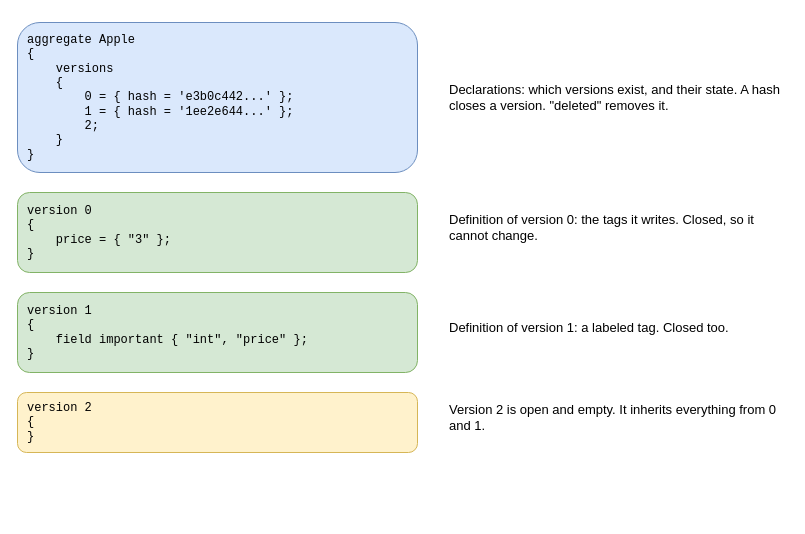
Above: drawio/07_gal_file_anatomy.drawio in goloveshin/galimatron_doc (draw.io), before the change. Source tidied: cells renumbered, new cells numbered last; positions are measured from the earlier drawing's top-left corner, leaving out a move shared by most shapes. Both pictures are drawn from the tidied source at 100%, with x=0, y=0 at pixel (17, 22).
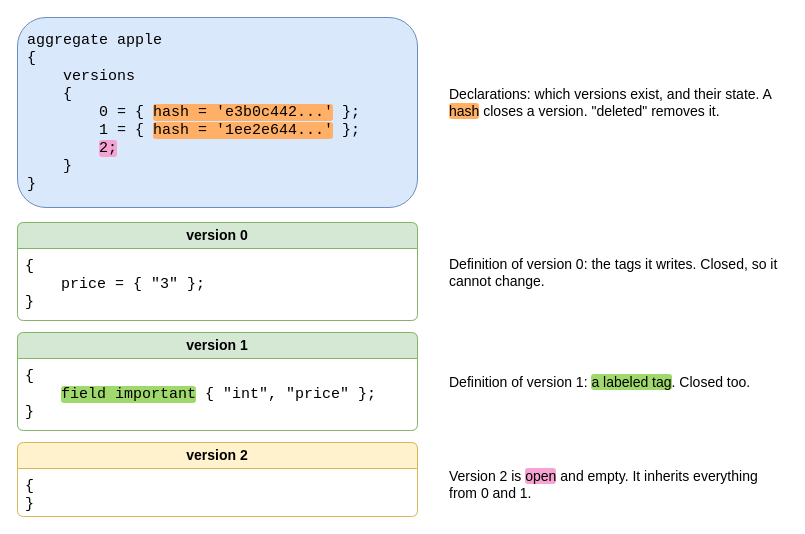
Above is the later version.

Diff of the diagram source:
```diff
@@
 <mxGraphModel>
   <root>
     <mxCell id="0" />
     <mxCell id="1" parent="0" />
-    <mxCell id="2" value="aggregate Apple&lt;br&gt;{&lt;br&gt;&amp;nbsp;&amp;nbsp;&amp;nbsp;&amp;nbsp;versions&lt;br&gt;&amp;nbsp;&amp;nbsp;&amp;nbsp;&amp;nbsp;{&lt;br&gt;&amp;nbsp;&amp;nbsp;&amp;nbsp;&amp;nbsp;&amp;nbsp;&amp;nbsp;&amp;nbsp;&amp;nbsp;0 = { hash = 'e3b0c442...' };&lt;br&gt;&amp;nbsp;&amp;nbsp;&amp;nbsp;&amp;nbsp;&amp;nbsp;&amp;nbsp;&amp;nbsp;&amp;nbsp;1 = { hash = '1ee2e644...' };&lt;br&gt;&amp;nbsp;&amp;nbsp;&amp;nbsp;&amp;nbsp;&amp;nbsp;&amp;nbsp;&amp;nbsp;&amp;nbsp;2;&lt;br&gt;&amp;nbsp;&amp;nbsp;&amp;nbsp;&amp;nbsp;}&lt;br&gt;}" style="rounded=1;whiteSpace=wrap;html=1;fillColor=#dae8fc;strokeColor=#6c8ebf;fontFamily=Courier New;fontSize=12;align=left;spacingLeft=8;spacingRight=8;" parent="1" vertex="1">
-      <mxGeometry width="400" height="150" as="geometry" />
+    <mxCell id="2" value="aggregate apple&lt;br&gt;{&lt;br&gt;&amp;nbsp;&amp;nbsp;&amp;nbsp;&amp;nbsp;versions&lt;br&gt;&amp;nbsp;&amp;nbsp;&amp;nbsp;&amp;nbsp;{&lt;br&gt;&amp;nbsp;&amp;nbsp;&amp;nbsp;&amp;nbsp;&amp;nbsp;&amp;nbsp;&amp;nbsp;&amp;nbsp;0 = { &lt;span style=&quot;background-color:#ffb066;border-radius:3px;&quot;&gt;hash = 'e3b0c442...'&lt;/span&gt; };&lt;br&gt;&amp;nbsp;&amp;nbsp;&amp;nbsp;&amp;nbsp;&amp;nbsp;&amp;nbsp;&amp;nbsp;&amp;nbsp;1 = { &lt;span style=&quot;background-color:#ffb066;border-radius:3px;&quot;&gt;hash = '1ee2e644...'&lt;/span&gt; };&lt;br&gt;&amp;nbsp;&amp;nbsp;&amp;nbsp;&amp;nbsp;&amp;nbsp;&amp;nbsp;&amp;nbsp;&amp;nbsp;&lt;span style=&quot;background-color:#f5a3d2;border-radius:3px;&quot;&gt;2;&lt;/span&gt;&lt;br&gt;&amp;nbsp;&amp;nbsp;&amp;nbsp;&amp;nbsp;}&lt;br&gt;}" style="rounded=1;whiteSpace=wrap;html=1;fillColor=#dae8fc;strokeColor=#6c8ebf;fontFamily=Courier New;fontSize=15;align=left;spacingLeft=8;spacingRight=8;" parent="1" vertex="1">
+      <mxGeometry y="-5" width="400" height="190" as="geometry" />
     </mxCell>
-    <mxCell id="3" value="version 0&lt;br&gt;{&lt;br&gt;&amp;nbsp;&amp;nbsp;&amp;nbsp;&amp;nbsp;price = { &quot;3&quot; };&lt;br&gt;}" style="rounded=1;whiteSpace=wrap;html=1;fillColor=#d5e8d4;strokeColor=#82b366;fontFamily=Courier New;fontSize=12;align=left;spacingLeft=8;spacingRight=8;" parent="1" vertex="1">
-      <mxGeometry y="170" width="400" height="80" as="geometry" />
+    <mxCell id="3" value="version 0" style="swimlane;whiteSpace=wrap;html=1;rounded=1;arcSize=8;startSize=26;fillColor=#d5e8d4;strokeColor=#82b366;swimlaneFillColor=#ffffff;fontStyle=1;fontSize=14;align=center;" parent="1" vertex="1">
+      <mxGeometry y="200" width="400" height="98" as="geometry" />
     </mxCell>
+    <mxCell id="10" value="{&lt;br&gt;&amp;nbsp;&amp;nbsp;&amp;nbsp;&amp;nbsp;price = { &quot;3&quot; };&lt;br&gt;}" style="text;html=1;whiteSpace=wrap;verticalAlign=top;align=left;fontFamily=Courier New;fontSize=15;spacingLeft=6;spacingRight=4;spacingTop=3;" parent="3" vertex="1">
+      <mxGeometry y="26" width="400" height="72" as="geometry" />
+    </mxCell>
-    <mxCell id="4" value="version 1&lt;br&gt;{&lt;br&gt;&amp;nbsp;&amp;nbsp;&amp;nbsp;&amp;nbsp;field important { &quot;int&quot;, &quot;price&quot; };&lt;br&gt;}" style="rounded=1;whiteSpace=wrap;html=1;fillColor=#d5e8d4;strokeColor=#82b366;fontFamily=Courier New;fontSize=12;align=left;spacingLeft=8;spacingRight=8;" parent="1" vertex="1">
-      <mxGeometry y="270" width="400" height="80" as="geometry" />
+    <mxCell id="4" value="version 1" style="swimlane;whiteSpace=wrap;html=1;rounded=1;arcSize=8;startSize=26;fillColor=#d5e8d4;strokeColor=#82b366;swimlaneFillColor=#ffffff;fontStyle=1;fontSize=14;align=center;" parent="1" vertex="1">
+      <mxGeometry y="310" width="400" height="98" as="geometry" />
     </mxCell>
+    <mxCell id="11" value="{&lt;br&gt;&amp;nbsp;&amp;nbsp;&amp;nbsp;&amp;nbsp;&lt;span style=&quot;background-color:#9fd96b;border-radius:3px;&quot;&gt;field important&lt;/span&gt; { &quot;int&quot;, &quot;price&quot; };&lt;br&gt;}" style="text;html=1;whiteSpace=wrap;verticalAlign=top;align=left;fontFamily=Courier New;fontSize=15;spacingLeft=6;spacingRight=4;spacingTop=3;" parent="4" vertex="1">
+      <mxGeometry y="26" width="400" height="72" as="geometry" />
+    </mxCell>
-    <mxCell id="5" value="version 2&lt;br&gt;{&lt;br&gt;}" style="rounded=1;whiteSpace=wrap;html=1;fillColor=#fff2cc;strokeColor=#d6b656;fontFamily=Courier New;fontSize=12;align=left;spacingLeft=8;spacingRight=8;" parent="1" vertex="1">
-      <mxGeometry y="370" width="400" height="60" as="geometry" />
+    <mxCell id="5" value="version 2" style="swimlane;whiteSpace=wrap;html=1;rounded=1;arcSize=8;startSize=26;fillColor=#fff2cc;strokeColor=#d6b656;swimlaneFillColor=#ffffff;fontStyle=1;fontSize=14;align=center;" parent="1" vertex="1">
+      <mxGeometry y="420" width="400" height="74" as="geometry" />
     </mxCell>
+    <mxCell id="12" value="{&lt;br&gt;}" style="text;html=1;whiteSpace=wrap;verticalAlign=top;align=left;fontFamily=Courier New;fontSize=15;spacingLeft=6;spacingRight=4;spacingTop=3;" parent="5" vertex="1">
+      <mxGeometry y="26" width="400" height="48" as="geometry" />
+    </mxCell>
-    <mxCell id="6" value="Declarations: which versions exist, and their state. A hash closes a version. &quot;deleted&quot; removes it." style="text;html=1;whiteSpace=wrap;verticalAlign=middle;align=left;fontSize=13;" parent="1" vertex="1">
-      <mxGeometry x="430" y="35" width="340" height="80" as="geometry" />
+    <mxCell id="6" value="Declarations: which versions exist, and their state. A &lt;span style=&quot;background-color:#ffb066;border-radius:3px;&quot;&gt;hash&lt;/span&gt; closes a version. &quot;deleted&quot; removes it." style="text;html=1;whiteSpace=wrap;verticalAlign=middle;align=left;fontSize=14;" parent="1" vertex="1">
+      <mxGeometry x="430" y="40" width="340" height="80" as="geometry" />
     </mxCell>
-    <mxCell id="7" value="Definition of version 0: the tags it writes. Closed, so it cannot change." style="text;html=1;whiteSpace=wrap;verticalAlign=middle;align=left;fontSize=13;" parent="1" vertex="1">
-      <mxGeometry x="430" y="175" width="340" height="60" as="geometry" />
+    <mxCell id="7" value="Definition of version 0: the tags it writes. Closed, so it cannot change." style="text;html=1;whiteSpace=wrap;verticalAlign=middle;align=left;fontSize=14;" parent="1" vertex="1">
+      <mxGeometry x="430" y="220" width="340" height="60" as="geometry" />
     </mxCell>
-    <mxCell id="8" value="Definition of version 1: a labeled tag. Closed too." style="text;html=1;whiteSpace=wrap;verticalAlign=middle;align=left;fontSize=13;" parent="1" vertex="1">
-      <mxGeometry x="430" y="275" width="340" height="60" as="geometry" />
+    <mxCell id="8" value="Definition of version 1: &lt;span style=&quot;background-color:#9fd96b;border-radius:3px;&quot;&gt;a labeled tag&lt;/span&gt;. Closed too." style="text;html=1;whiteSpace=wrap;verticalAlign=middle;align=left;fontSize=14;" parent="1" vertex="1">
+      <mxGeometry x="430" y="335" width="340" height="50" as="geometry" />
     </mxCell>
-    <mxCell id="9" value="Version 2 is open and empty. It inherits everything from 0 and 1." style="text;html=1;whiteSpace=wrap;verticalAlign=middle;align=left;fontSize=13;" parent="1" vertex="1">
-      <mxGeometry x="430" y="365" width="340" height="60" as="geometry" />
+    <mxCell id="9" value="Version 2 is &lt;span style=&quot;background-color:#f5a3d2;border-radius:3px;&quot;&gt;open&lt;/span&gt; and empty. It inherits everything from 0 and 1." style="text;html=1;whiteSpace=wrap;verticalAlign=middle;align=left;fontSize=14;" parent="1" vertex="1">
+      <mxGeometry x="430" y="432" width="340" height="60" as="geometry" />
     </mxCell>
   </root>
 </mxGraphModel>
```
